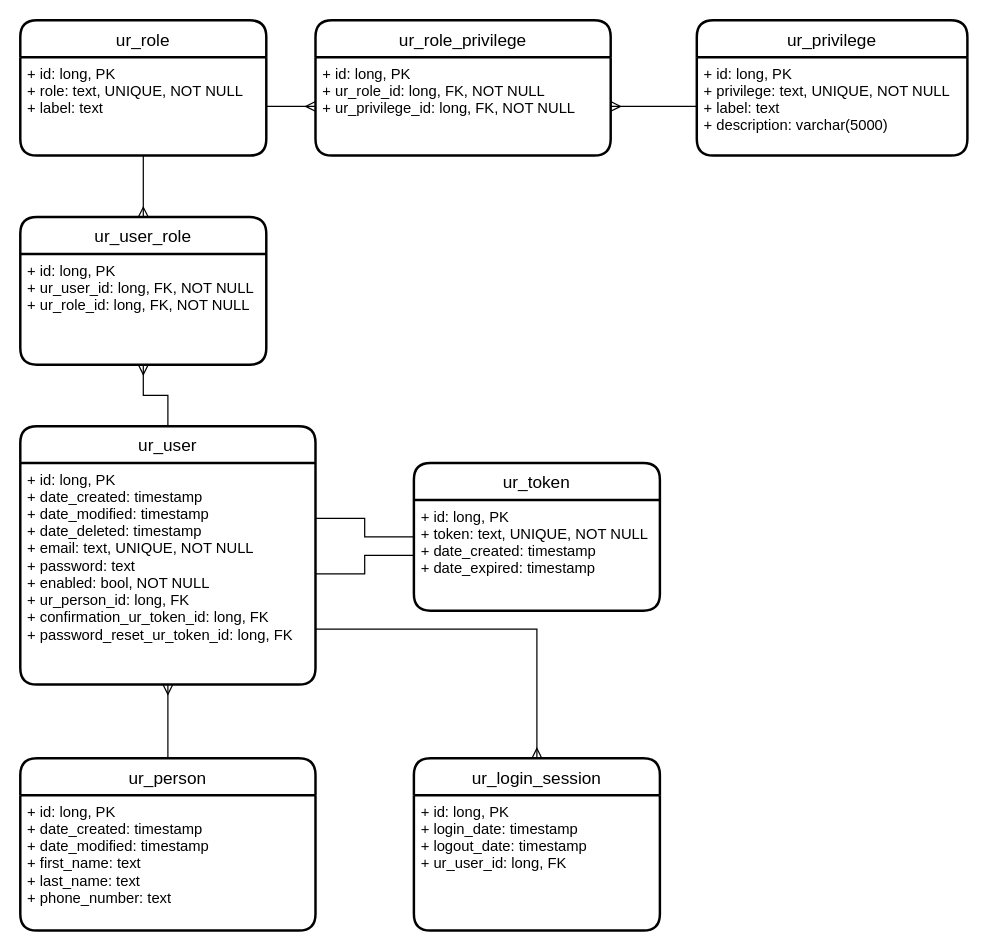
bbozilov26/EMT_2023_backend keeps this draw.io diagram as page "userroles" (1 of 2) of EMT_diagrams.drawio. Above is the earlier version. Source tidied: cells renumbered, new cells numbered last; positions are measured from the earlier drawing's top-left corner, leaving out a move shared by most shapes. Both pictures are drawn from the tidied source at 123%, with x=0, y=0 at pixel (20, 20).
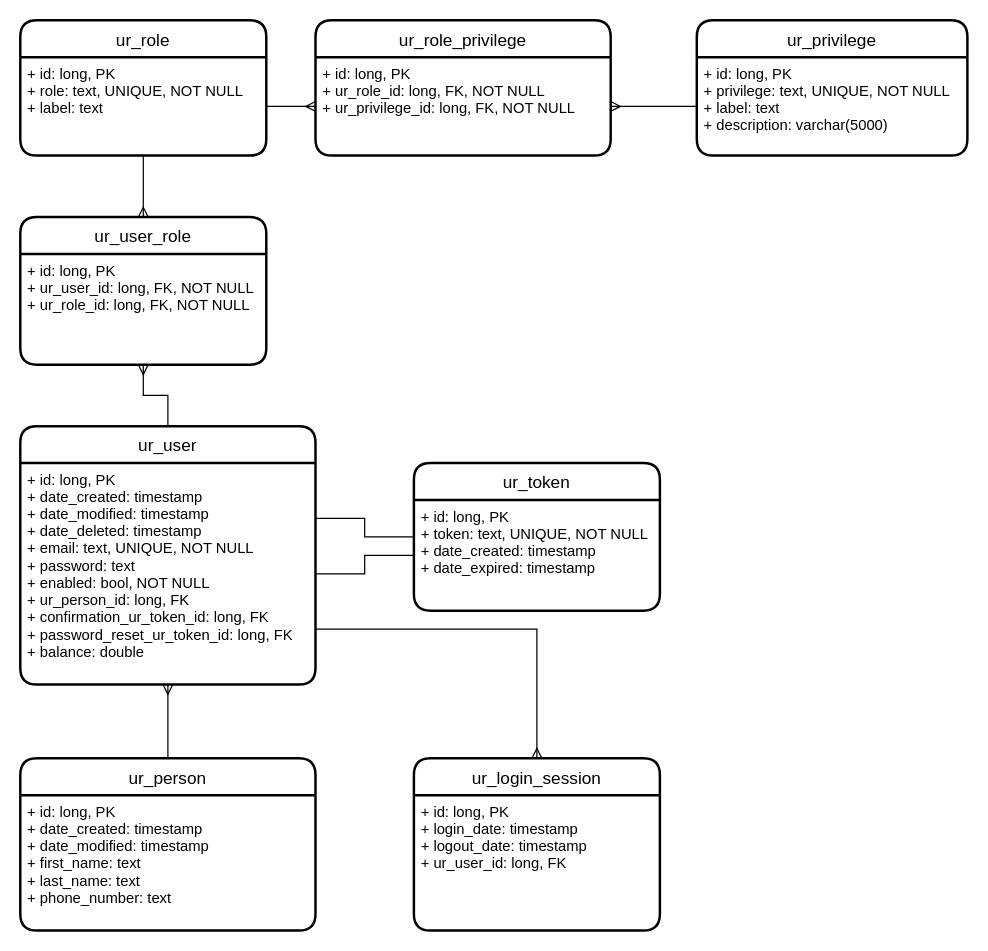
After the change.

The change refers to these unchanged cells:
```xml
<mxCell id="10" value="ur_user" style="swimlane;horizontal=1;startSize=30;rounded=1;fontSize=14;fontStyle=0;strokeWidth=2;shadow=0;dashed=0;align=center;" parent="1" vertex="1">
  <mxGeometry y="330" width="240" height="210" as="geometry" />
</mxCell>
```

The edit, as a diff of the source:
```diff
@@
-    <mxCell id="11" value="+ id: long, PK&#10;+ date_created: timestamp&#10;+ date_modified: timestamp&#10;+ date_deleted: timestamp&#10;+ email: text, UNIQUE, NOT NULL&#10;+ password: text&#10;+ enabled: bool, NOT NULL&#10;+ ur_person_id: long, FK&#10;+ confirmation_ur_token_id: long, FK&#10;+ password_reset_ur_token_id: long, FK" style="align=left;strokeColor=none;fillColor=none;spacingLeft=4;fontSize=12;verticalAlign=top;" parent="10" vertex="1">
+    <mxCell id="11" value="+ id: long, PK&#10;+ date_created: timestamp&#10;+ date_modified: timestamp&#10;+ date_deleted: timestamp&#10;+ email: text, UNIQUE, NOT NULL&#10;+ password: text&#10;+ enabled: bool, NOT NULL&#10;+ ur_person_id: long, FK&#10;+ confirmation_ur_token_id: long, FK&#10;+ password_reset_ur_token_id: long, FK&#10;+ balance: double" style="align=left;strokeColor=none;fillColor=none;spacingLeft=4;fontSize=12;verticalAlign=top;" parent="10" vertex="1">
       <mxGeometry y="30" width="240" height="180" as="geometry" />
     </mxCell>
```
